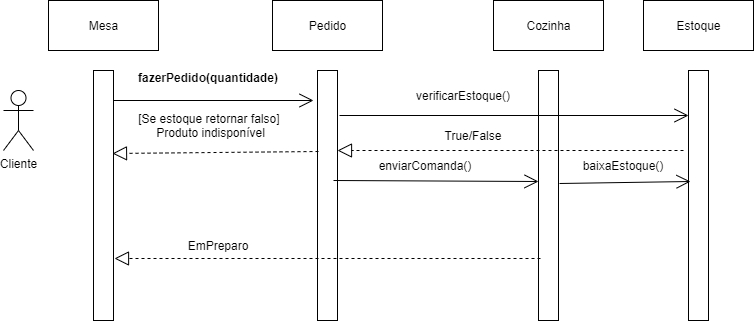
The draw.io diagram SequênciaMóduloPedido.drawio.png in hinname/project-Restaurant, before a commit. Source tidied: cells renumbered, new cells last; positions are measured from the earlier drawing's top-left corner, leaving out a move shared by most shapes.
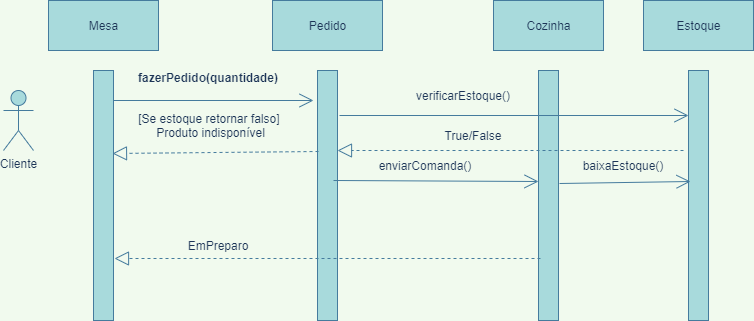
After the change.

Diff of the diagram source:
```diff
@@ -1,82 +1,82 @@
-<mxGraphModel>
+<mxGraphModel background="#F1FAEE">
   <root>
     <mxCell id="0" />
     <mxCell id="1" parent="0" />
-    <mxCell id="2" value="Cliente" style="shape=umlActor;verticalLabelPosition=bottom;verticalAlign=top;html=1;" parent="1" vertex="1">
+    <mxCell id="2" value="Cliente" style="shape=umlActor;verticalLabelPosition=bottom;verticalAlign=top;html=1;fillColor=#A8DADC;strokeColor=#457B9D;fontColor=#1D3557;" parent="1" vertex="1">
       <mxGeometry y="90" width="30" height="60" as="geometry" />
     </mxCell>
-    <mxCell id="3" style="html=1;points=[];perimeter=orthogonalPerimeter;" parent="1" vertex="1">
+    <mxCell id="3" style="html=1;points=[];perimeter=orthogonalPerimeter;fillColor=#A8DADC;strokeColor=#457B9D;fontColor=#1D3557;" parent="1" vertex="1">
       <mxGeometry x="90" y="70" width="20" height="250" as="geometry" />
     </mxCell>
-    <mxCell id="4" value="Mesa" style="html=1;" parent="1" vertex="1">
+    <mxCell id="4" value="Mesa" style="html=1;fillColor=#A8DADC;strokeColor=#457B9D;fontColor=#1D3557;" parent="1" vertex="1">
       <mxGeometry x="45" width="110" height="50" as="geometry" />
     </mxCell>
-    <mxCell id="5" style="endArrow=open;endFill=1;endSize=12;html=1;rounded=0;" parent="1" edge="1">
+    <mxCell id="5" style="endArrow=open;endFill=1;endSize=12;html=1;rounded=0;labelBackgroundColor=#F1FAEE;strokeColor=#457B9D;fontColor=#1D3557;" parent="1" edge="1">
       <mxGeometry relative="1" as="geometry">
         <mxPoint x="110" y="100" as="sourcePoint" />
         <mxPoint x="310" y="100" as="targetPoint" />
       </mxGeometry>
     </mxCell>
-    <mxCell id="6" value="Pedido" style="html=1;" parent="1" vertex="1">
+    <mxCell id="6" value="Pedido" style="html=1;fillColor=#A8DADC;strokeColor=#457B9D;fontColor=#1D3557;" parent="1" vertex="1">
       <mxGeometry x="269" width="110" height="50" as="geometry" />
     </mxCell>
-    <mxCell id="7" style="html=1;points=[];perimeter=orthogonalPerimeter;" parent="1" vertex="1">
+    <mxCell id="7" style="html=1;points=[];perimeter=orthogonalPerimeter;fillColor=#A8DADC;strokeColor=#457B9D;fontColor=#1D3557;" parent="1" vertex="1">
       <mxGeometry x="314" y="70" width="20" height="250" as="geometry" />
     </mxCell>
-    <mxCell id="8" value="Cozinha" style="html=1;" parent="1" vertex="1">
+    <mxCell id="8" value="Cozinha" style="html=1;fillColor=#A8DADC;strokeColor=#457B9D;fontColor=#1D3557;" parent="1" vertex="1">
       <mxGeometry x="490" width="110" height="50" as="geometry" />
     </mxCell>
-    <mxCell id="9" style="html=1;points=[];perimeter=orthogonalPerimeter;" parent="1" vertex="1">
+    <mxCell id="9" style="html=1;points=[];perimeter=orthogonalPerimeter;fillColor=#A8DADC;strokeColor=#457B9D;fontColor=#1D3557;" parent="1" vertex="1">
       <mxGeometry x="535" y="70" width="20" height="250" as="geometry" />
     </mxCell>
-    <mxCell id="10" style="endArrow=open;endFill=1;endSize=12;html=1;rounded=0;entryX=0;entryY=0.444;entryDx=0;entryDy=0;entryPerimeter=0;" parent="1" edge="1" target="9">
+    <mxCell id="10" style="endArrow=open;endFill=1;endSize=12;html=1;rounded=0;entryX=0;entryY=0.444;entryDx=0;entryDy=0;entryPerimeter=0;labelBackgroundColor=#F1FAEE;strokeColor=#457B9D;fontColor=#1D3557;" parent="1" edge="1" target="9">
       <mxGeometry relative="1" as="geometry">
         <mxPoint x="330" y="180" as="sourcePoint" />
       </mxGeometry>
     </mxCell>
-    <mxCell id="11" value="fazerPedido(quantidade)" style="text;align=center;fontStyle=1;verticalAlign=middle;spacingLeft=3;spacingRight=3;strokeColor=none;" parent="1" vertex="1">
+    <mxCell id="11" value="fazerPedido(quantidade)" style="text;align=center;fontStyle=1;verticalAlign=middle;spacingLeft=3;spacingRight=3;strokeColor=none;fontColor=#1D3557;" parent="1" vertex="1">
       <mxGeometry x="120" y="64" width="170" height="26" as="geometry" />
     </mxCell>
-    <mxCell id="12" value="enviarComanda()" style="text;html=1;strokeColor=none;fillColor=none;align=center;verticalAlign=middle;whiteSpace=wrap;rounded=0;" parent="1" vertex="1">
+    <mxCell id="12" value="enviarComanda()" style="text;html=1;strokeColor=none;fillColor=none;align=center;verticalAlign=middle;whiteSpace=wrap;rounded=0;fontColor=#1D3557;" parent="1" vertex="1">
       <mxGeometry x="354" y="150" width="136" height="30" as="geometry" />
     </mxCell>
-    <mxCell id="13" style="endArrow=block;dashed=1;endFill=0;endSize=12;html=1;rounded=0;entryX=1.05;entryY=0.752;entryDx=0;entryDy=0;entryPerimeter=0;exitX=0.1;exitY=0.752;exitDx=0;exitDy=0;exitPerimeter=0;" parent="1" edge="1" source="9" target="3">
+    <mxCell id="13" style="endArrow=block;dashed=1;endFill=0;endSize=12;html=1;rounded=0;entryX=1.05;entryY=0.752;entryDx=0;entryDy=0;entryPerimeter=0;exitX=0.1;exitY=0.752;exitDx=0;exitDy=0;exitPerimeter=0;labelBackgroundColor=#F1FAEE;strokeColor=#457B9D;fontColor=#1D3557;" parent="1" edge="1" source="9" target="3">
       <mxGeometry relative="1" as="geometry" />
     </mxCell>
-    <mxCell id="14" value="EmPreparo" style="text;html=1;strokeColor=none;fillColor=none;align=center;verticalAlign=middle;whiteSpace=wrap;rounded=0;" parent="1" vertex="1">
+    <mxCell id="14" value="EmPreparo" style="text;html=1;strokeColor=none;fillColor=none;align=center;verticalAlign=middle;whiteSpace=wrap;rounded=0;fontColor=#1D3557;" parent="1" vertex="1">
       <mxGeometry x="150" y="230" width="130" height="30" as="geometry" />
     </mxCell>
-    <mxCell id="15" value="Estoque" style="html=1;" parent="1" vertex="1">
+    <mxCell id="15" value="Estoque" style="html=1;fillColor=#A8DADC;strokeColor=#457B9D;fontColor=#1D3557;" parent="1" vertex="1">
       <mxGeometry x="640" width="110" height="50" as="geometry" />
     </mxCell>
-    <mxCell id="16" style="html=1;points=[];perimeter=orthogonalPerimeter;" parent="1" vertex="1">
+    <mxCell id="16" style="html=1;points=[];perimeter=orthogonalPerimeter;fillColor=#A8DADC;strokeColor=#457B9D;fontColor=#1D3557;" parent="1" vertex="1">
       <mxGeometry x="685" y="70" width="20" height="250" as="geometry" />
     </mxCell>
-    <mxCell id="17" style="endArrow=block;dashed=1;endFill=0;endSize=12;html=1;rounded=0;entryX=0.95;entryY=0.332;entryDx=0;entryDy=0;entryPerimeter=0;exitX=0.05;exitY=0.324;exitDx=0;exitDy=0;exitPerimeter=0;" parent="1" edge="1" source="7" target="3">
+    <mxCell id="17" style="endArrow=block;dashed=1;endFill=0;endSize=12;html=1;rounded=0;entryX=0.95;entryY=0.332;entryDx=0;entryDy=0;entryPerimeter=0;exitX=0.05;exitY=0.324;exitDx=0;exitDy=0;exitPerimeter=0;labelBackgroundColor=#F1FAEE;strokeColor=#457B9D;fontColor=#1D3557;" parent="1" edge="1" source="7" target="3">
       <mxGeometry relative="1" as="geometry" />
     </mxCell>
-    <mxCell id="18" value="verificarEstoque()" style="text;html=1;strokeColor=none;fillColor=none;align=center;verticalAlign=middle;whiteSpace=wrap;rounded=0;" parent="1" vertex="1">
+    <mxCell id="18" value="verificarEstoque()" style="text;html=1;strokeColor=none;fillColor=none;align=center;verticalAlign=middle;whiteSpace=wrap;rounded=0;fontColor=#1D3557;" parent="1" vertex="1">
       <mxGeometry x="430" y="80" width="60" height="30" as="geometry" />
     </mxCell>
-    <mxCell id="19" value="[Se estoque retornar falso]&amp;nbsp; Produto indisponível" style="text;html=1;strokeColor=none;fillColor=none;align=center;verticalAlign=middle;whiteSpace=wrap;rounded=0;" parent="1" vertex="1">
+    <mxCell id="19" value="[Se estoque retornar falso]&amp;nbsp; Produto indisponível" style="text;html=1;strokeColor=none;fillColor=none;align=center;verticalAlign=middle;whiteSpace=wrap;rounded=0;fontColor=#1D3557;" parent="1" vertex="1">
       <mxGeometry x="125" y="100" width="165" height="50" as="geometry" />
     </mxCell>
-    <mxCell id="20" style="endArrow=open;endFill=1;endSize=12;html=1;rounded=0;exitX=1.05;exitY=0.452;exitDx=0;exitDy=0;exitPerimeter=0;entryX=0.1;entryY=0.444;entryDx=0;entryDy=0;entryPerimeter=0;" parent="1" edge="1" source="9" target="16">
+    <mxCell id="20" style="endArrow=open;endFill=1;endSize=12;html=1;rounded=0;exitX=1.05;exitY=0.452;exitDx=0;exitDy=0;exitPerimeter=0;entryX=0.1;entryY=0.444;entryDx=0;entryDy=0;entryPerimeter=0;labelBackgroundColor=#F1FAEE;strokeColor=#457B9D;fontColor=#1D3557;" parent="1" edge="1" source="9" target="16">
       <mxGeometry relative="1" as="geometry" />
     </mxCell>
-    <mxCell id="21" value="baixaEstoque()" style="text;html=1;strokeColor=none;fillColor=none;align=center;verticalAlign=middle;whiteSpace=wrap;rounded=0;" parent="1" vertex="1">
+    <mxCell id="21" value="baixaEstoque()" style="text;html=1;strokeColor=none;fillColor=none;align=center;verticalAlign=middle;whiteSpace=wrap;rounded=0;fontColor=#1D3557;" parent="1" vertex="1">
       <mxGeometry x="590" y="150" width="60" height="30" as="geometry" />
     </mxCell>
-    <mxCell id="22" style="endArrow=open;endFill=1;endSize=12;html=1;rounded=0;exitX=1.1;exitY=0.18;exitDx=0;exitDy=0;exitPerimeter=0;" parent="1" edge="1" source="7" target="16">
+    <mxCell id="22" style="endArrow=open;endFill=1;endSize=12;html=1;rounded=0;exitX=1.1;exitY=0.18;exitDx=0;exitDy=0;exitPerimeter=0;labelBackgroundColor=#F1FAEE;strokeColor=#457B9D;fontColor=#1D3557;" parent="1" edge="1" source="7" target="16">
       <mxGeometry relative="1" as="geometry" />
     </mxCell>
-    <mxCell id="23" style="endArrow=block;dashed=1;endFill=0;endSize=12;html=1;rounded=0;" parent="1" edge="1">
+    <mxCell id="23" style="endArrow=block;dashed=1;endFill=0;endSize=12;html=1;rounded=0;labelBackgroundColor=#F1FAEE;strokeColor=#457B9D;fontColor=#1D3557;" parent="1" edge="1">
       <mxGeometry relative="1" as="geometry">
         <mxPoint x="680" y="150" as="sourcePoint" />
         <mxPoint x="334" y="150" as="targetPoint" />
       </mxGeometry>
     </mxCell>
-    <mxCell id="24" value="True/False" style="text;html=1;strokeColor=none;fillColor=none;align=center;verticalAlign=middle;whiteSpace=wrap;rounded=0;" parent="1" vertex="1">
+    <mxCell id="24" value="True/False" style="text;html=1;strokeColor=none;fillColor=none;align=center;verticalAlign=middle;whiteSpace=wrap;rounded=0;fontColor=#1D3557;" parent="1" vertex="1">
       <mxGeometry x="405" y="120" width="130" height="30" as="geometry" />
     </mxCell>
   </root>
```
